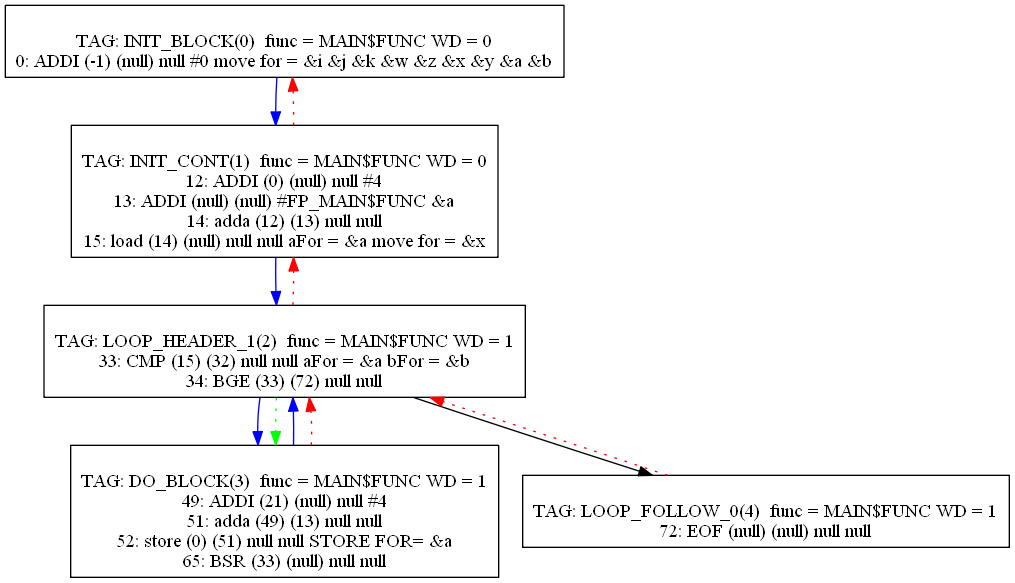
Before: Compiler/26graph.png, a diagram exported from Graphviz (mbajaj92/Project-Astoria). Its source is kept beside it as Compiler/26graph.dot.
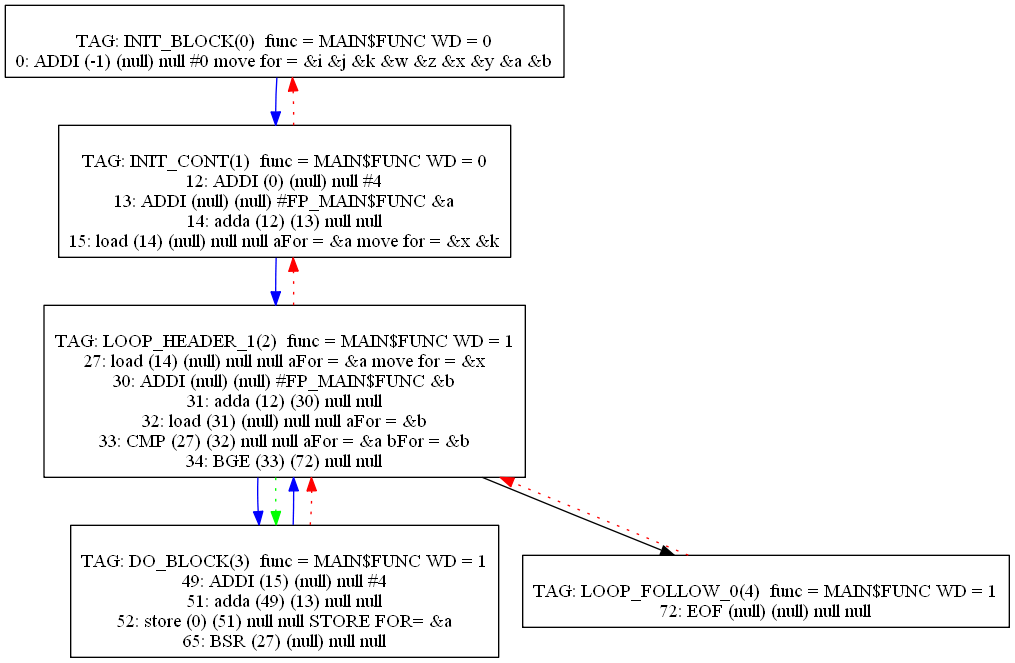
Above is the later version.

The edit, as a diff of the source:
```diff
@@ -10,14 +10,18 @@
 12: ADDI (0) (null) null #4
 13: ADDI (null) (null) #FP_MAIN$FUNC &a
 14: adda (12) (13) null null
-15: load (14) (null) null null aFor = &a move for = &x
+15: load (14) (null) null null aFor = &a move for = &x &k
 "];
 1[shape=box];
 1 -> 2[color=blue]
 1 -> 0[color=red][style=dotted]
 2[label="
 TAG: LOOP_HEADER_1(2)  func = MAIN$FUNC WD = 1
-33: CMP (15) (32) null null aFor = &a bFor = &b
+27: load (14) (null) null null aFor = &a move for = &x
+30: ADDI (null) (null) #FP_MAIN$FUNC &b
+31: adda (12) (30) null null
+32: load (31) (null) null null aFor = &b
+33: CMP (27) (32) null null aFor = &a bFor = &b
 34: BGE (33) (72) null null
 "];
 2[shape=box];
@@ -27,10 +31,10 @@
 2 -> 3[color=green][style=dotted]
 3[label="
 TAG: DO_BLOCK(3)  func = MAIN$FUNC WD = 1
-49: ADDI (21) (null) null #4
+49: ADDI (15) (null) null #4
 51: adda (49) (13) null null
 52: store (0) (51) null null STORE FOR= &a
-65: BSR (33) (null) null null
+65: BSR (27) (null) null null
 "];
 3[shape=box];
 3 -> 2[color=blue]
```
